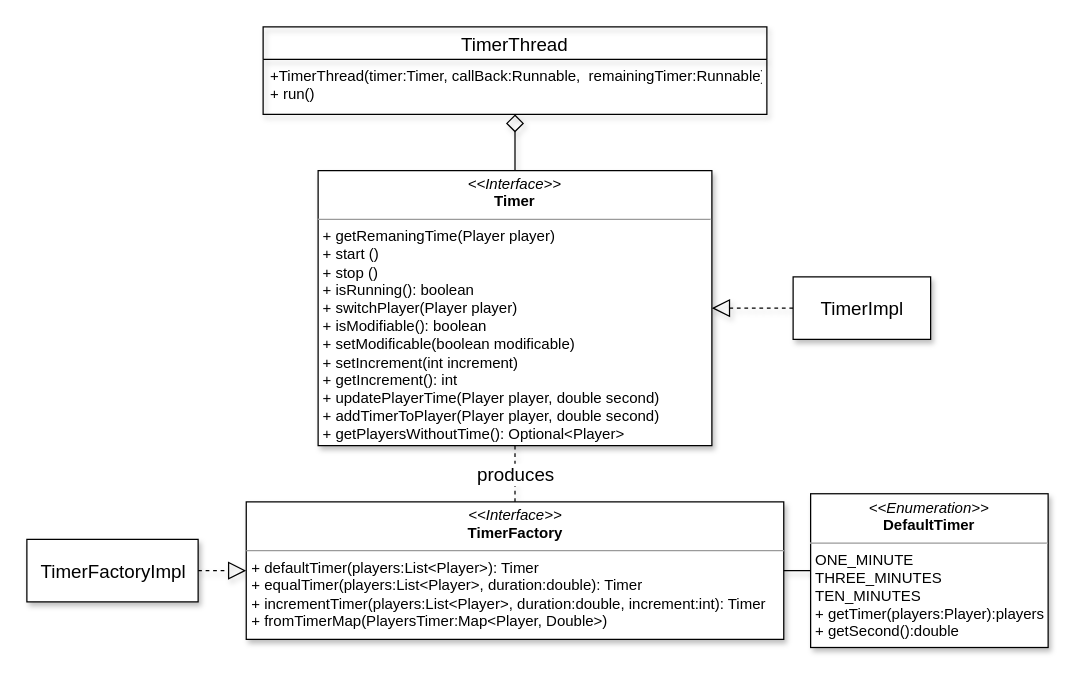
The draw.io diagram page "Timer" (2 of 6) of report/UML TP.drawio in zucchero-sintattico/OOP20-Jhaturanga, before the edit. Source tidied: cells renumbered, new cells numbered last; positions are measured from the earlier drawing's top-left corner, leaving out a move shared by most shapes. Both pictures are drawn from the tidied source at 125%, with x=0, y=0 at pixel (26, 26).
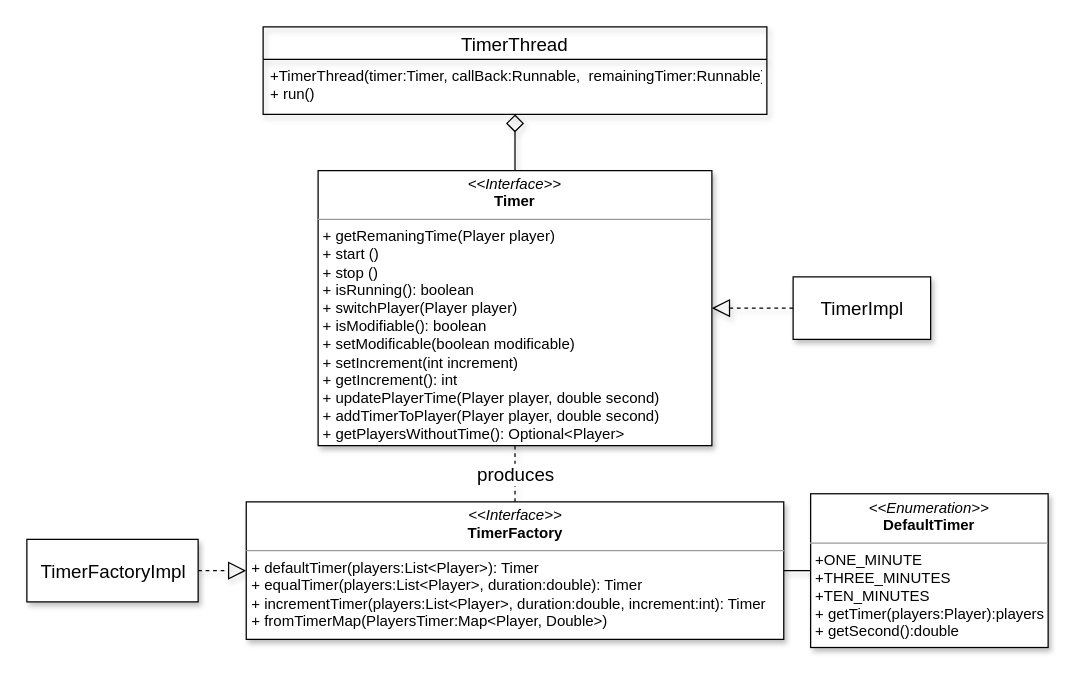
After the change.

The edit, as a diff of the source:
```diff
@@
 <mxGraphModel>
   <root>
     <mxCell id="0" />
     <mxCell id="1" parent="0" />
     <mxCell id="2" style="edgeStyle=none;rounded=0;jettySize=auto;html=1;exitX=0;exitY=0.5;exitDx=0;exitDy=0;fontSize=15;dashed=1;endArrow=block;endFill=0;entryX=1;entryY=0.5;entryDx=0;entryDy=0;endSize=12;shadow=1;" parent="1" edge="1" source="6" target="5">
       <mxGeometry relative="1" as="geometry" />
     </mxCell>
     <mxCell id="3" style="edgeStyle=none;rounded=0;jettySize=auto;html=1;fontSize=15;endArrow=diamond;endFill=0;endSize=12;startSize=6;shadow=1;" parent="1" edge="1" source="5" target="11">
       <mxGeometry relative="1" as="geometry" />
     </mxCell>
     <mxCell id="4" value="produces" style="edgeStyle=none;rounded=0;jettySize=auto;html=1;exitX=0.5;exitY=1;exitDx=0;exitDy=0;fontSize=15;endArrow=none;endFill=0;dashed=1;shadow=1;" parent="1" edge="1" source="5" target="8">
       <mxGeometry relative="1" as="geometry" />
     </mxCell>
     <mxCell id="5" value="&lt;p style=&quot;margin: 0px ; margin-top: 4px ; text-align: center&quot;&gt;&lt;i&gt;&amp;lt;&amp;lt;Interface&amp;gt;&amp;gt;&lt;/i&gt;&lt;br&gt;&lt;b&gt;Timer&lt;/b&gt;&lt;/p&gt;&lt;hr size=&quot;1&quot;&gt;&lt;p style=&quot;margin: 0px ; margin-left: 4px&quot;&gt;&lt;/p&gt;&lt;p style=&quot;margin: 0px ; margin-left: 4px&quot;&gt;+ getRemaningTime(Player player)&lt;/p&gt;&lt;p style=&quot;margin: 0px ; margin-left: 4px&quot;&gt;+ start ()&lt;/p&gt;&lt;p style=&quot;margin: 0px ; margin-left: 4px&quot;&gt;+ stop ()&lt;/p&gt;&lt;p style=&quot;margin: 0px ; margin-left: 4px&quot;&gt;+ isRunning(): boolean&lt;/p&gt;&lt;p style=&quot;margin: 0px ; margin-left: 4px&quot;&gt;+ switchPlayer(Player player)&lt;/p&gt;&lt;p style=&quot;margin: 0px ; margin-left: 4px&quot;&gt;+ isModifiable(): boolean&lt;/p&gt;&lt;p style=&quot;margin: 0px ; margin-left: 4px&quot;&gt;+ setModificable(boolean modificable)&lt;/p&gt;&lt;p style=&quot;margin: 0px ; margin-left: 4px&quot;&gt;+ setIncrement(int increment)&lt;/p&gt;&lt;p style=&quot;margin: 0px ; margin-left: 4px&quot;&gt;+ getIncrement(): int&lt;/p&gt;&lt;p style=&quot;margin: 0px ; margin-left: 4px&quot;&gt;+ updatePlayerTime(Player player, double second)&lt;/p&gt;&lt;p style=&quot;margin: 0px ; margin-left: 4px&quot;&gt;+ addTimerToPlayer(Player player, double second)&lt;/p&gt;&lt;p style=&quot;margin: 0px ; margin-left: 4px&quot;&gt;+ getPlayersWithoutTime(): Optional&amp;lt;Player&amp;gt;&lt;/p&gt;" style="verticalAlign=top;align=left;overflow=fill;fontSize=12;fontFamily=Helvetica;html=1;shadow=1;" parent="1" vertex="1">
       <mxGeometry x="233" y="115" width="315" height="220" as="geometry" />
     </mxCell>
     <mxCell id="6" value="TimerImpl" style="html=1;fontSize=15;shadow=1;" parent="1" vertex="1">
       <mxGeometry x="613" y="200" width="110" height="50" as="geometry" />
     </mxCell>
     <mxCell id="7" style="edgeStyle=none;rounded=0;jettySize=auto;html=1;fontSize=15;dashed=1;endArrow=block;endFill=0;endSize=12;entryX=0;entryY=0.5;entryDx=0;entryDy=0;shadow=1;" parent="1" edge="1" source="10" target="8">
       <mxGeometry relative="1" as="geometry" />
     </mxCell>
     <mxCell id="8" value="&lt;p style=&quot;margin: 0px ; margin-top: 4px ; text-align: center&quot;&gt;&lt;i&gt;&amp;lt;&amp;lt;Interface&amp;gt;&amp;gt;&lt;/i&gt;&lt;br&gt;&lt;b&gt;TimerFactory&lt;/b&gt;&lt;/p&gt;&lt;hr size=&quot;1&quot;&gt;&lt;p style=&quot;margin: 0px ; margin-left: 4px&quot;&gt;+ defaultTimer(players:List&amp;lt;Player&amp;gt;): Timer&lt;/p&gt;&lt;p style=&quot;margin: 0px ; margin-left: 4px&quot;&gt;+ equalTimer(players:List&amp;lt;Player&amp;gt;, duration:double): Timer&lt;/p&gt;&lt;p style=&quot;margin: 0px ; margin-left: 4px&quot;&gt;+ incrementTimer(players:List&amp;lt;Player&amp;gt;, duration:double, increment:int): Timer&lt;/p&gt;&lt;p style=&quot;margin: 0px ; margin-left: 4px&quot;&gt;+ fromTimerMap(PlayersTimer:Map&amp;lt;Player, Double&amp;gt;)&lt;/p&gt;&lt;p style=&quot;margin: 0px ; margin-left: 4px&quot;&gt;&lt;br&gt;&lt;/p&gt;" style="verticalAlign=top;align=left;overflow=fill;fontSize=12;fontFamily=Helvetica;html=1;shadow=1;" parent="1" vertex="1">
       <mxGeometry x="175.5" y="380" width="430" height="110" as="geometry" />
     </mxCell>
     <mxCell id="9" style="edgeStyle=none;rounded=0;orthogonalLoop=1;jettySize=auto;html=1;exitX=0.5;exitY=1;exitDx=0;exitDy=0;fontSize=15;shadow=1;" parent="1" edge="1" source="8" target="8">
       <mxGeometry relative="1" as="geometry" />
     </mxCell>
     <mxCell id="10" value="TimerFactoryImpl" style="html=1;fontSize=15;shadow=1;" parent="1" vertex="1">
       <mxGeometry y="410" width="137" height="50" as="geometry" />
     </mxCell>
     <mxCell id="11" value="TimerThread" style="swimlane;fontStyle=0;horizontal=1;startSize=26;fillColor=none;fontSize=15;shadow=1;" parent="1" vertex="1">
       <mxGeometry x="189" width="403" height="70" as="geometry" />
     </mxCell>
     <mxCell id="12" value="+TimerThread(timer:Timer, callBack:Runnable,  remainingTimer:Runnable)&#10;+ run()" style="text;strokeColor=none;fillColor=none;align=left;verticalAlign=top;spacingLeft=4;spacingRight=4;overflow=hidden;shadow=1;" parent="11" vertex="1">
       <mxGeometry y="26" width="403" height="44" as="geometry" />
     </mxCell>
     <mxCell id="13" style="edgeStyle=none;rounded=0;orthogonalLoop=1;jettySize=auto;html=1;exitX=0.5;exitY=1;exitDx=0;exitDy=0;fontSize=15;shadow=1;" parent="1" edge="1" source="8" target="8">
       <mxGeometry relative="1" as="geometry" />
     </mxCell>
     <mxCell id="14" style="edgeStyle=none;rounded=0;jettySize=auto;html=1;entryX=1;entryY=0.5;entryDx=0;entryDy=0;startSize=6;endArrow=none;endFill=0;endSize=12;fontSize=15;shadow=1;exitX=0;exitY=0.5;exitDx=0;exitDy=0;" parent="1" edge="1" source="15" target="8">
       <mxGeometry relative="1" as="geometry" />
     </mxCell>
-    <mxCell id="15" value="&lt;p style=&quot;margin: 0px ; margin-top: 4px ; text-align: center&quot;&gt;&lt;i&gt;&amp;lt;&amp;lt;Enumeration&amp;gt;&amp;gt;&lt;/i&gt;&lt;br&gt;&lt;b&gt;DefaultTimer&lt;/b&gt;&lt;/p&gt;&lt;hr size=&quot;1&quot;&gt;&lt;p style=&quot;margin: 0px ; margin-left: 4px&quot;&gt;ONE_MINUTE&lt;/p&gt;&lt;p style=&quot;margin: 0px ; margin-left: 4px&quot;&gt;THREE_MINUTES&lt;/p&gt;&lt;p style=&quot;margin: 0px ; margin-left: 4px&quot;&gt;TEN_MINUTES&lt;/p&gt;&lt;p style=&quot;margin: 0px ; margin-left: 4px&quot;&gt;+ getTimer(players:Player):players&lt;br style=&quot;padding: 0px ; margin: 0px&quot;&gt;+ getSecond():double&lt;br&gt;&lt;/p&gt;" style="verticalAlign=top;align=left;overflow=fill;fontSize=12;fontFamily=Helvetica;html=1;shadow=1;" parent="1" vertex="1">
+    <mxCell id="15" value="&lt;p style=&quot;margin: 0px ; margin-top: 4px ; text-align: center&quot;&gt;&lt;i&gt;&amp;lt;&amp;lt;Enumeration&amp;gt;&amp;gt;&lt;/i&gt;&lt;br&gt;&lt;b&gt;DefaultTimer&lt;/b&gt;&lt;/p&gt;&lt;hr size=&quot;1&quot;&gt;&lt;p style=&quot;margin: 0px ; margin-left: 4px&quot;&gt;+ONE_MINUTE&lt;/p&gt;&lt;p style=&quot;margin: 0px ; margin-left: 4px&quot;&gt;+THREE_MINUTES&lt;/p&gt;&lt;p style=&quot;margin: 0px ; margin-left: 4px&quot;&gt;+TEN_MINUTES&lt;/p&gt;&lt;p style=&quot;margin: 0px ; margin-left: 4px&quot;&gt;+ getTimer(players:Player):players&lt;br style=&quot;padding: 0px ; margin: 0px&quot;&gt;+ getSecond():double&lt;br&gt;&lt;/p&gt;" style="verticalAlign=top;align=left;overflow=fill;fontSize=12;fontFamily=Helvetica;html=1;shadow=1;" parent="1" vertex="1">
       <mxGeometry x="627" y="373.5" width="190" height="123" as="geometry" />
     </mxCell>
   </root>
 </mxGraphModel>
```
